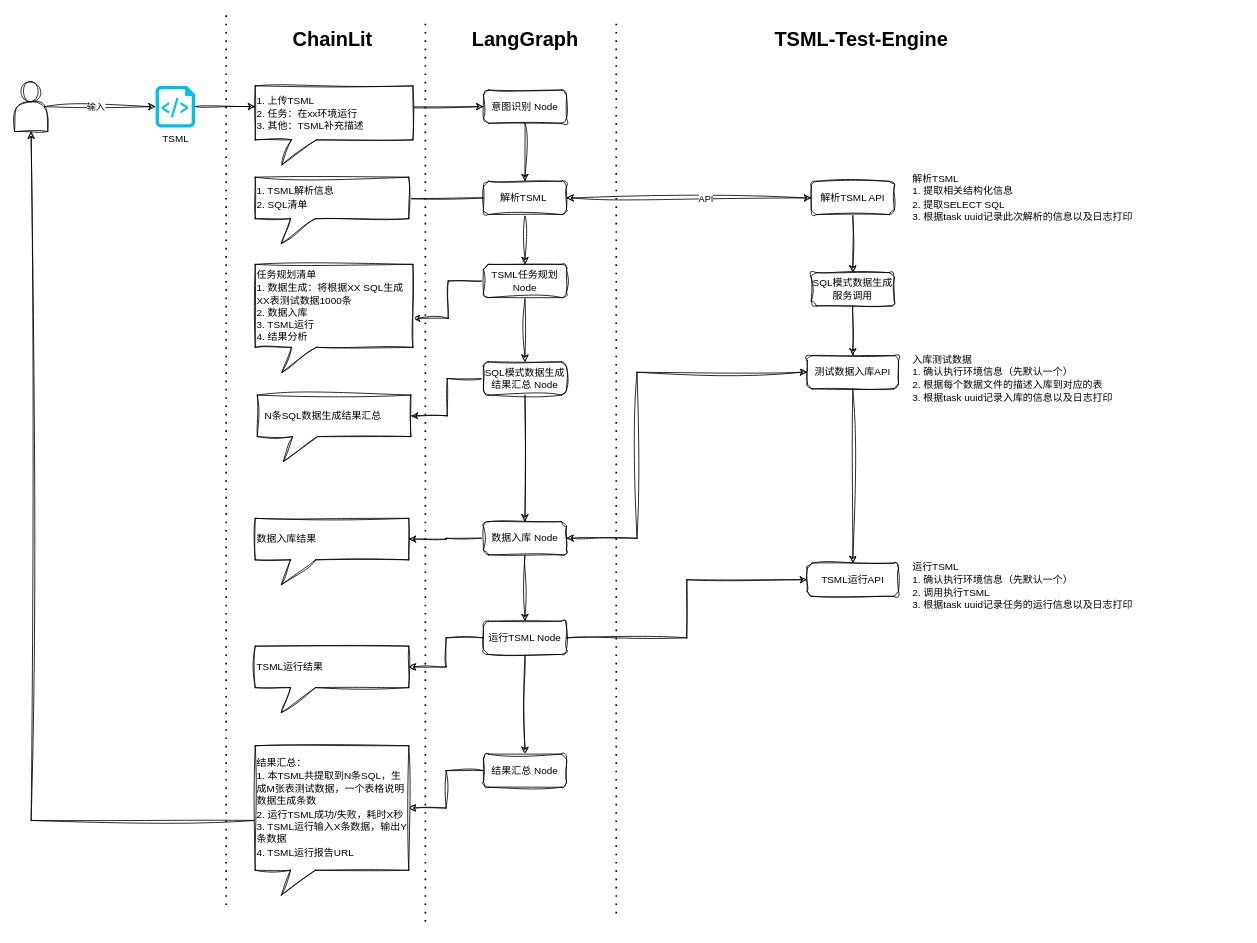
This is page "TSML" (5 of 5) of design/DataForge.drawio from toddlerya/DataForge, a draw.io file, before an edit. Source tidied: cells renumbered, new cells numbered last; positions are measured from the earlier drawing's top-left corner, leaving out a move shared by most shapes. Both pictures are drawn from the tidied source at 83%, with x=0, y=0 at pixel (14, 15).
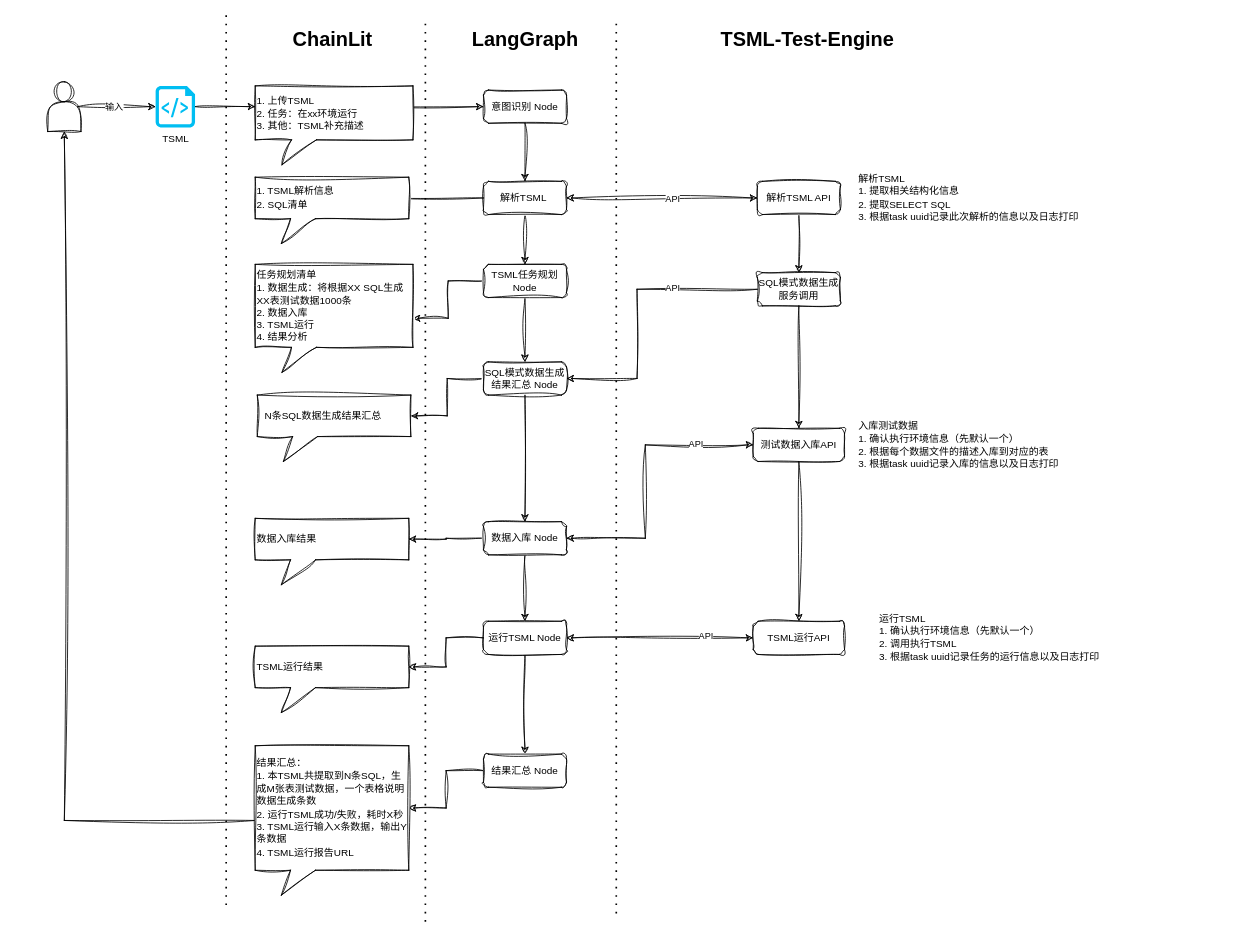
The same diagram, later.

The change refers to these unchanged cells:
```xml
<mxCell id="33" value="SQL模式数据生成结果汇总 Node" style="rounded=1;whiteSpace=wrap;html=1;sketch=1;hachureGap=4;jiggle=2;curveFitting=1;fontFamily=LXGW WenKai GB Screen R;" parent="1" vertex="1">
  <mxGeometry x="565" y="417.5" width="100" height="40" as="geometry" />
</mxCell>
<mxCell id="38" value="数据入库 Node" style="rounded=1;whiteSpace=wrap;html=1;sketch=1;hachureGap=4;jiggle=2;curveFitting=1;fontFamily=LXGW WenKai GB Screen R;" parent="1" vertex="1">
  <mxGeometry x="565" y="610" width="100" height="40" as="geometry" />
</mxCell>
<mxCell id="46" value="运行TSML Node" style="rounded=1;whiteSpace=wrap;html=1;sketch=1;hachureGap=4;jiggle=2;curveFitting=1;fontFamily=LXGW WenKai GB Screen R;" parent="1" vertex="1">
  <mxGeometry x="565" y="730" width="100" height="40" as="geometry" />
</mxCell>
```

What changed in the source:
```diff
@@
     <mxCell id="7" style="shape=actor;whiteSpace=wrap;html=1;sketch=1;hachureGap=4;jiggle=2;curveFitting=1;fontFamily=LXGW WenKai GB Screen R;" parent="1" vertex="1">
-      <mxGeometry y="80" width="40" height="60" as="geometry" />
+      <mxGeometry x="40" y="80" width="40" height="60" as="geometry" />
     </mxCell>
@@
     <mxCell id="14" value="&lt;font face=&quot;LXGW WenKai GB Screen R&quot;&gt;TSML-Test-Engine&lt;/font&gt;" style="text;strokeColor=none;fillColor=none;html=1;fontSize=24;fontStyle=1;verticalAlign=middle;align=center;fontFamily=Architects Daughter;" parent="1" vertex="1">
-      <mxGeometry x="920" y="10" width="200" height="40" as="geometry" />
+      <mxGeometry x="855" y="10" width="200" height="40" as="geometry" />
     </mxCell>
@@
     <mxCell id="23" value="解析TSML API" style="rounded=1;whiteSpace=wrap;html=1;sketch=1;hachureGap=4;jiggle=2;curveFitting=1;fontFamily=LXGW WenKai GB Screen R;" parent="1" vertex="1">
-      <mxGeometry x="960" y="200" width="100" height="40" as="geometry" />
+      <mxGeometry x="895" y="200" width="100" height="40" as="geometry" />
     </mxCell>
     <mxCell id="24" value="&lt;font face=&quot;LXGW WenKai GB Screen R&quot;&gt;解析TSML&lt;/font&gt;&lt;div&gt;&lt;font face=&quot;LXGW WenKai GB Screen R&quot;&gt;1. 提取相关结构化信息&lt;/font&gt;&lt;/div&gt;&lt;div&gt;&lt;font face=&quot;LXGW WenKai GB Screen R&quot;&gt;2. 提取SELECT SQL&lt;/font&gt;&lt;/div&gt;&lt;div&gt;&lt;font face=&quot;LXGW WenKai GB Screen R&quot;&gt;3. 根据task uuid记录此次解析的信息以及日志打印&lt;/font&gt;&lt;/div&gt;" style="text;html=1;align=left;verticalAlign=middle;whiteSpace=wrap;rounded=0;fontFamily=Architects Daughter;" parent="1" vertex="1">
-      <mxGeometry x="1080" y="187.5" width="400" height="65" as="geometry" />
+      <mxGeometry x="1015" y="187.5" width="400" height="65" as="geometry" />
     </mxCell>
@@
     <mxCell id="35" style="edgeStyle=orthogonalEdgeStyle;rounded=0;sketch=1;hachureGap=4;jiggle=2;curveFitting=1;jettySize=auto;html=1;fontFamily=Architects Daughter;entryX=0;entryY=0.5;entryDx=0;entryDy=0;startArrow=classic;startFill=1;" parent="1" edge="1" source="38" target="40">
       <mxGeometry relative="1" as="geometry">
         <Array as="points">
-          <mxPoint x="750" y="630" />
-          <mxPoint x="750" y="430" />
+          <mxPoint x="760" y="630" />
+          <mxPoint x="760" y="517" />
         </Array>
       </mxGeometry>
     </mxCell>
+    <mxCell id="56" value="&lt;font face=&quot;LXGW WenKai GB Screen R&quot;&gt;API&lt;/font&gt;" style="edgeLabel;html=1;align=center;verticalAlign=middle;sketch=1;hachureGap=4;jiggle=2;curveFitting=1;fontFamily=Architects Daughter;" parent="35" vertex="1">
+      <mxGeometry x="0.59" y="1" relative="1" as="geometry" />
+    </mxCell>
@@
     <mxCell id="40" value="测试数据入库API" style="rounded=1;whiteSpace=wrap;html=1;sketch=1;hachureGap=4;jiggle=2;curveFitting=1;fontFamily=LXGW WenKai GB Screen R;" parent="1" vertex="1">
-      <mxGeometry x="955" y="410" width="110" height="40" as="geometry" />
+      <mxGeometry x="890" y="497.5" width="110" height="40" as="geometry" />
     </mxCell>
     <mxCell id="41" value="&lt;div&gt;&lt;font face=&quot;LXGW WenKai GB Screen R&quot;&gt;入库测试数据&lt;/font&gt;&lt;/div&gt;&lt;div&gt;&lt;font face=&quot;LXGW WenKai GB Screen R&quot;&gt;1. 确认执行环境信息（先默认一个）&lt;/font&gt;&lt;/div&gt;&lt;div&gt;&lt;font face=&quot;LXGW WenKai GB Screen R&quot;&gt;2. 根据每个数据文件的描述入库到对应的表&lt;/font&gt;&lt;/div&gt;&lt;div&gt;&lt;font face=&quot;LXGW WenKai GB Screen R&quot;&gt;3.&amp;nbsp;&lt;/font&gt;&lt;span style=&quot;font-family: &amp;quot;LXGW WenKai GB Screen R&amp;quot;; background-color: initial;&quot;&gt;根据task uuid记录入库的信息以及日志打印&lt;/span&gt;&lt;/div&gt;" style="text;html=1;align=left;verticalAlign=middle;whiteSpace=wrap;rounded=0;fontFamily=Architects Daughter;" parent="1" vertex="1">
-      <mxGeometry x="1080" y="400" width="330" height="75" as="geometry" />
+      <mxGeometry x="1015" y="480" width="330" height="75" as="geometry" />
     </mxCell>
@@
-    <mxCell id="44" style="edgeStyle=orthogonalEdgeStyle;rounded=0;sketch=1;hachureGap=4;jiggle=2;curveFitting=1;jettySize=auto;html=1;fontFamily=Architects Daughter;entryX=0;entryY=0.5;entryDx=0;entryDy=0;" parent="1" edge="1" source="46" target="48">
+    <mxCell id="44" style="edgeStyle=orthogonalEdgeStyle;rounded=0;sketch=1;hachureGap=4;jiggle=2;curveFitting=1;jettySize=auto;html=1;fontFamily=Architects Daughter;entryX=0;entryY=0.5;entryDx=0;entryDy=0;startArrow=classic;startFill=1;" parent="1" edge="1" source="46" target="48">
       <mxGeometry relative="1" as="geometry" />
     </mxCell>
+    <mxCell id="57" value="&lt;font face=&quot;LXGW WenKai GB Screen R&quot;&gt;API&lt;/font&gt;" style="edgeLabel;html=1;align=center;verticalAlign=middle;sketch=1;hachureGap=4;jiggle=2;curveFitting=1;fontFamily=Architects Daughter;" parent="44" vertex="1">
+      <mxGeometry x="0.48" y="3" relative="1" as="geometry" />
+    </mxCell>
@@
     <mxCell id="48" value="TSML运行API" style="rounded=1;whiteSpace=wrap;html=1;sketch=1;hachureGap=4;jiggle=2;curveFitting=1;fontFamily=LXGW WenKai GB Screen R;" parent="1" vertex="1">
-      <mxGeometry x="955" y="660" width="110" height="40" as="geometry" />
+      <mxGeometry x="890" y="730" width="110" height="40" as="geometry" />
     </mxCell>
     <mxCell id="49" value="&lt;div&gt;&lt;font face=&quot;LXGW WenKai GB Screen R&quot;&gt;运行TSML&lt;/font&gt;&lt;/div&gt;&lt;div&gt;&lt;font face=&quot;LXGW WenKai GB Screen R&quot;&gt;1. 确认执行环境信息（先默认一个）&lt;/font&gt;&lt;/div&gt;&lt;div&gt;&lt;font face=&quot;LXGW WenKai GB Screen R&quot;&gt;2. 调用执行TSML&lt;/font&gt;&lt;/div&gt;&lt;div&gt;&lt;font face=&quot;LXGW WenKai GB Screen R&quot;&gt;3.&amp;nbsp;&lt;/font&gt;&lt;span style=&quot;font-family: &amp;quot;LXGW WenKai GB Screen R&amp;quot;; background-color: initial;&quot;&gt;根据task uuid记录任务的运行信息以及日志打印&lt;/span&gt;&lt;/div&gt;" style="text;html=1;align=left;verticalAlign=middle;whiteSpace=wrap;rounded=0;fontFamily=Architects Daughter;" parent="1" vertex="1">
-      <mxGeometry x="1080" y="650" width="330" height="75" as="geometry" />
+      <mxGeometry x="1040" y="712.5" width="330" height="75" as="geometry" />
     </mxCell>
@@
+    <mxCell id="58" style="edgeStyle=orthogonalEdgeStyle;rounded=0;sketch=1;hachureGap=4;jiggle=2;curveFitting=1;jettySize=auto;html=1;fontFamily=Architects Daughter;entryX=1;entryY=0.5;entryDx=0;entryDy=0;" parent="1" edge="1" source="55" target="33">
+      <mxGeometry relative="1" as="geometry">
+        <Array as="points">
+          <mxPoint x="750" y="330" />
+          <mxPoint x="750" y="438" />
+        </Array>
+      </mxGeometry>
+    </mxCell>
+    <mxCell id="59" value="&lt;font face=&quot;LXGW WenKai GB Screen R&quot;&gt;API&lt;/font&gt;" style="edgeLabel;html=1;align=center;verticalAlign=middle;sketch=1;hachureGap=4;jiggle=2;curveFitting=1;fontFamily=Architects Daughter;" parent="58" vertex="1">
+      <mxGeometry x="-0.39" y="-3" relative="1" as="geometry" />
+    </mxCell>
     <mxCell id="55" value="SQL模式数据生成服务调用" style="rounded=1;whiteSpace=wrap;html=1;sketch=1;hachureGap=4;jiggle=2;curveFitting=1;fontFamily=LXGW WenKai GB Screen R;" parent="1" vertex="1">
-      <mxGeometry x="960" y="310" width="100" height="40" as="geometry" />
+      <mxGeometry x="895" y="310" width="100" height="40" as="geometry" />
     </mxCell>
```
